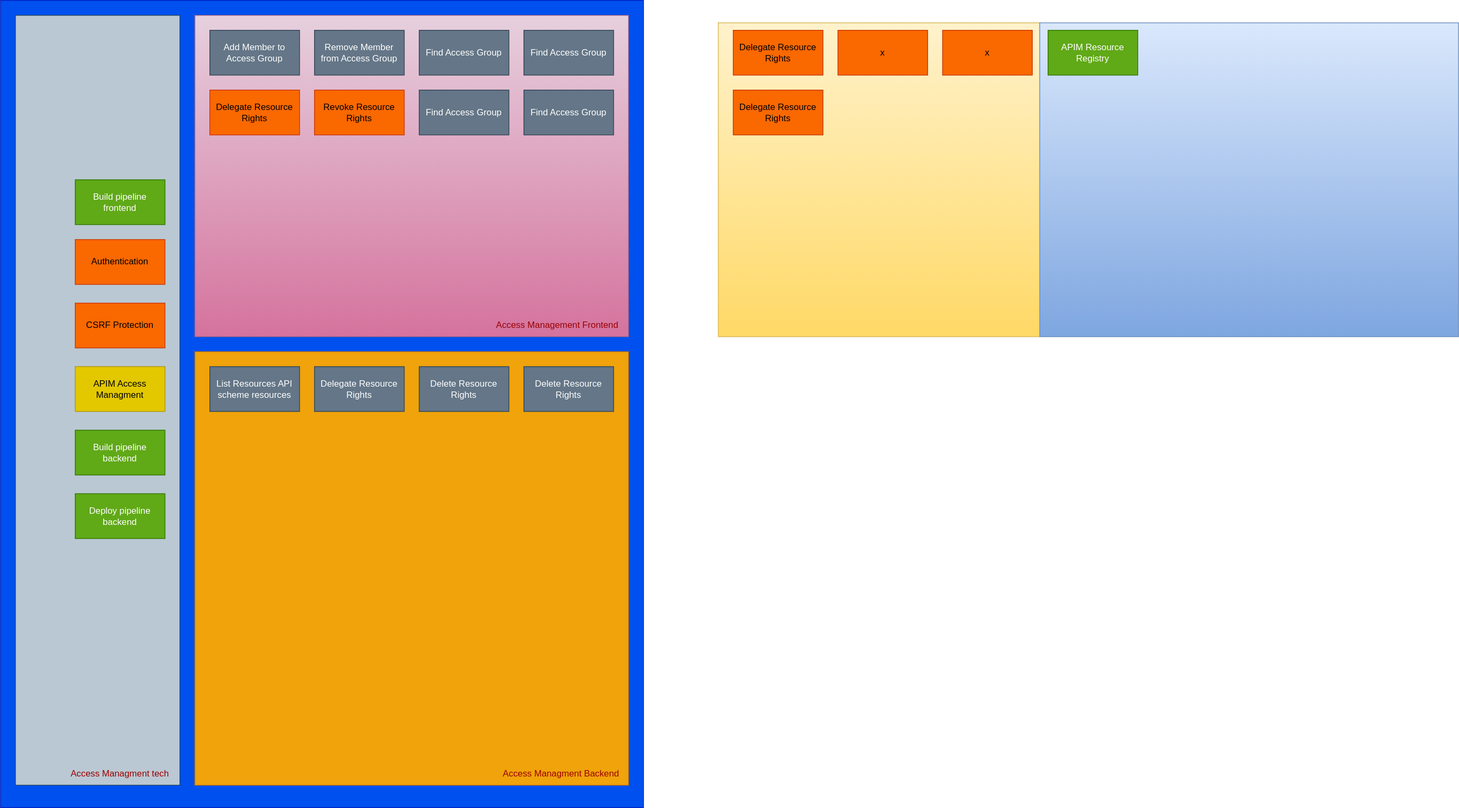
Altinn/altinn-studio-docs keeps this draw.io diagram as content/technology/solutions/altinn-platform/authorization/modernizationstatus.drawio.svg. Above is the earlier version. Source tidied: cells renumbered, new cells last; positions are measured from the earlier drawing's top-left corner, leaving out a move shared by most shapes.
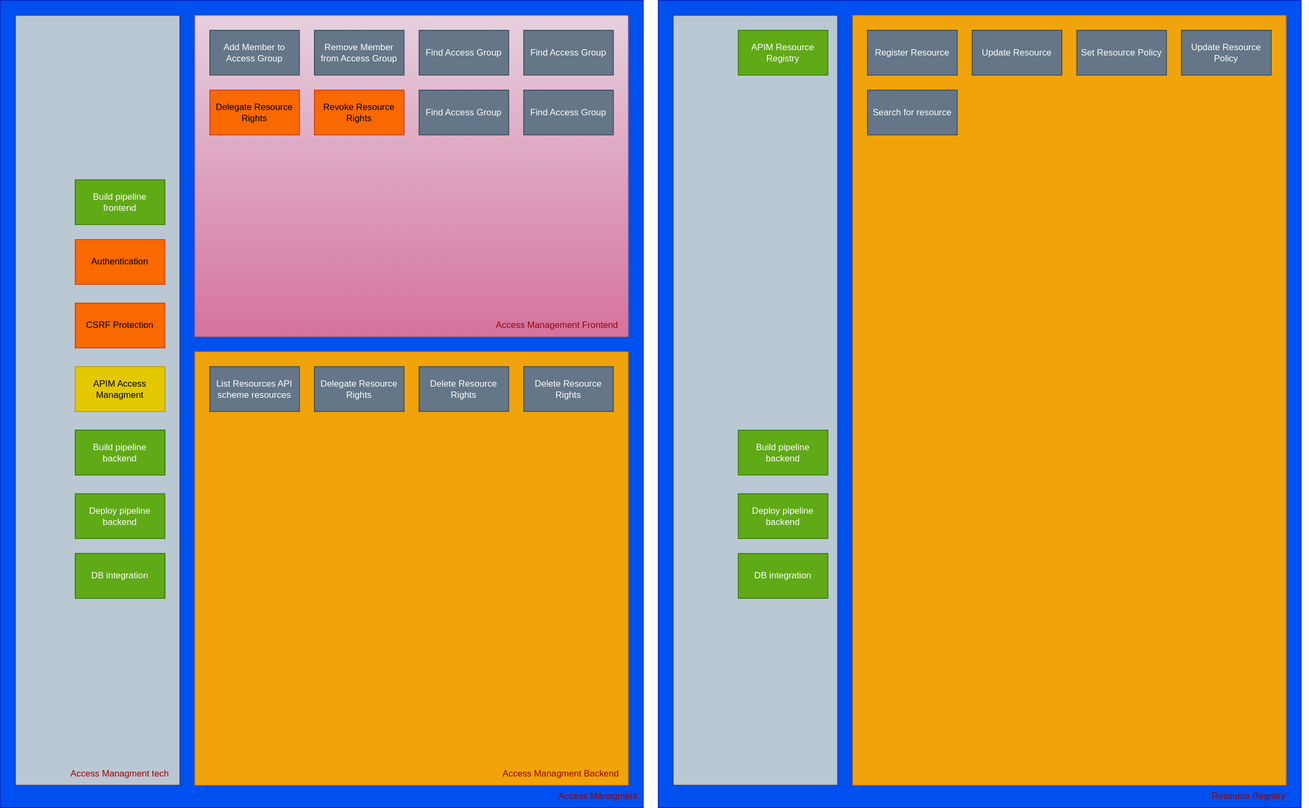
Later version of the same file.

What changed in the source:
```diff
@@ -8,9 +8,6 @@
     <mxCell id="3" style="rounded=0;whiteSpace=wrap;html=1;fillColor=#bac8d3;strokeColor=#23445d;" parent="1" vertex="1">
       <mxGeometry x="20" y="20" width="220" height="1030" as="geometry" />
     </mxCell>
-    <mxCell id="4" style="rounded=0;whiteSpace=wrap;html=1;fillColor=#fff2cc;gradientColor=#ffd966;strokeColor=#d6b656;" parent="1" vertex="1">
-      <mxGeometry x="960" y="30" width="430" height="420" as="geometry" />
-    </mxCell>
     <mxCell id="5" style="rounded=0;whiteSpace=wrap;html=1;fillColor=#e6d0de;gradientColor=#d5739d;strokeColor=#996185;" parent="1" vertex="1">
       <mxGeometry x="260" y="20" width="580" height="430" as="geometry" />
     </mxCell>
@@ -38,24 +35,6 @@
     <mxCell id="13" value="Find Access Group" style="rounded=0;whiteSpace=wrap;html=1;fillColor=#647687;fontColor=#ffffff;strokeColor=#314354;" parent="1" vertex="1">
       <mxGeometry x="700" y="120" width="120" height="60" as="geometry" />
     </mxCell>
-    <mxCell id="14" value="Delegate Resource Rights" style="rounded=0;whiteSpace=wrap;html=1;fillColor=#fa6800;fontColor=#000000;strokeColor=#C73500;" parent="1" vertex="1">
-      <mxGeometry x="980" y="120" width="120" height="60" as="geometry" />
-    </mxCell>
-    <mxCell id="15" value="Delegate Resource Rights" style="rounded=0;whiteSpace=wrap;html=1;fillColor=#fa6800;fontColor=#000000;strokeColor=#C73500;" parent="1" vertex="1">
-      <mxGeometry x="980" y="40" width="120" height="60" as="geometry" />
-    </mxCell>
-    <mxCell id="16" value="x" style="rounded=0;whiteSpace=wrap;html=1;fillColor=#fa6800;fontColor=#000000;strokeColor=#C73500;" parent="1" vertex="1">
-      <mxGeometry x="1120" y="40" width="120" height="60" as="geometry" />
-    </mxCell>
-    <mxCell id="17" style="rounded=0;whiteSpace=wrap;html=1;fillColor=#dae8fc;gradientColor=#7ea6e0;strokeColor=#6c8ebf;" parent="1" vertex="1">
-      <mxGeometry x="1390" y="30" width="560" height="420" as="geometry" />
-    </mxCell>
-    <mxCell id="18" value="APIM Resource Registry" style="rounded=0;whiteSpace=wrap;html=1;fillColor=#60a917;strokeColor=#2D7600;fontColor=#ffffff;" parent="1" vertex="1">
-      <mxGeometry x="1401" y="40" width="120" height="60" as="geometry" />
-    </mxCell>
-    <mxCell id="19" value="x" style="rounded=0;whiteSpace=wrap;html=1;fillColor=#fa6800;fontColor=#000000;strokeColor=#C73500;" parent="1" vertex="1">
-      <mxGeometry x="1260" y="40" width="120" height="60" as="geometry" />
-    </mxCell>
     <mxCell id="20" value="APIM Access Managment" style="rounded=0;whiteSpace=wrap;html=1;fillColor=#e3c800;fontColor=#000000;strokeColor=#B09500;" parent="1" vertex="1">
       <mxGeometry x="100" y="490" width="120" height="60" as="geometry" />
     </mxCell>
@@ -98,5 +77,56 @@
     <mxCell id="33" value="Build pipeline frontend" style="rounded=0;whiteSpace=wrap;html=1;fillColor=#60a917;fontColor=#ffffff;strokeColor=#2D7600;" parent="1" vertex="1">
       <mxGeometry x="100" y="240" width="120" height="60" as="geometry" />
     </mxCell>
+    <mxCell id="34" value="Access Managment" style="text;html=1;strokeColor=none;fillColor=none;align=center;verticalAlign=middle;whiteSpace=wrap;rounded=0;fontColor=#990000;" parent="1" vertex="1">
+      <mxGeometry x="720" y="1050" width="160" height="30" as="geometry" />
+    </mxCell>
+    <mxCell id="35" style="rounded=0;whiteSpace=wrap;html=1;fillColor=#0050ef;fontColor=#ffffff;strokeColor=#001DBC;" parent="1" vertex="1">
+      <mxGeometry x="880" width="860" height="1080" as="geometry" />
+    </mxCell>
+    <mxCell id="36" style="rounded=0;whiteSpace=wrap;html=1;fillColor=#f0a30a;fontColor=#000000;strokeColor=#BD7000;" parent="1" vertex="1">
+      <mxGeometry x="1140" y="20" width="580" height="1030" as="geometry" />
+    </mxCell>
+    <mxCell id="37" style="rounded=0;whiteSpace=wrap;html=1;fillColor=#bac8d3;strokeColor=#23445d;" parent="1" vertex="1">
+      <mxGeometry x="900" y="20" width="220" height="1030" as="geometry" />
+    </mxCell>
+    <mxCell id="38" value="DB integration" style="rounded=0;whiteSpace=wrap;html=1;fillColor=#60a917;fontColor=#ffffff;strokeColor=#2D7600;" parent="1" vertex="1">
+      <mxGeometry x="100" y="740" width="120" height="60" as="geometry" />
+    </mxCell>
+    <mxCell id="18" value="APIM Resource Registry" style="rounded=0;whiteSpace=wrap;html=1;fillColor=#60a917;strokeColor=#2D7600;fontColor=#ffffff;" parent="1" vertex="1">
+      <mxGeometry x="987" y="40" width="120" height="60" as="geometry" />
+    </mxCell>
+    <mxCell id="39" value="Register Resource" style="rounded=0;whiteSpace=wrap;html=1;fillColor=#647687;fontColor=#ffffff;strokeColor=#314354;" parent="1" vertex="1">
+      <mxGeometry x="1160" y="40" width="120" height="60" as="geometry" />
+    </mxCell>
+    <mxCell id="40" value="Update Resource" style="rounded=0;whiteSpace=wrap;html=1;fillColor=#647687;fontColor=#ffffff;strokeColor=#314354;" parent="1" vertex="1">
+      <mxGeometry x="1300" y="40" width="120" height="60" as="geometry" />
+    </mxCell>
+    <mxCell id="41" value="Set Resource Policy" style="rounded=0;whiteSpace=wrap;html=1;fillColor=#647687;fontColor=#ffffff;strokeColor=#314354;" parent="1" vertex="1">
+      <mxGeometry x="1440" y="40" width="120" height="60" as="geometry" />
+    </mxCell>
+    <mxCell id="42" value="Update Resource Policy" style="rounded=0;whiteSpace=wrap;html=1;fillColor=#647687;fontColor=#ffffff;strokeColor=#314354;" parent="1" vertex="1">
+      <mxGeometry x="1580" y="40" width="120" height="60" as="geometry" />
+    </mxCell>
+    <mxCell id="43" value="Search for resource" style="rounded=0;whiteSpace=wrap;html=1;fillColor=#647687;fontColor=#ffffff;strokeColor=#314354;" parent="1" vertex="1">
+      <mxGeometry x="1160" y="120" width="120" height="60" as="geometry" />
+    </mxCell>
+    <mxCell id="44" value="Resource Registry" style="text;html=1;strokeColor=none;fillColor=none;align=center;verticalAlign=middle;whiteSpace=wrap;rounded=0;fontColor=#990000;" parent="1" vertex="1">
+      <mxGeometry x="1590" y="1050" width="160" height="30" as="geometry" />
+    </mxCell>
+    <mxCell id="45" value="Build pipeline backend" style="rounded=0;whiteSpace=wrap;html=1;fillColor=#60a917;fontColor=#ffffff;strokeColor=#2D7600;" parent="1" vertex="1">
+      <mxGeometry x="100" y="575" width="120" height="60" as="geometry" />
+    </mxCell>
+    <mxCell id="46" value="DB integration" style="rounded=0;whiteSpace=wrap;html=1;fillColor=#60a917;fontColor=#ffffff;strokeColor=#2D7600;" parent="1" vertex="1">
+      <mxGeometry x="100" y="740" width="120" height="60" as="geometry" />
+    </mxCell>
+    <mxCell id="47" value="Deploy pipeline backend" style="rounded=0;whiteSpace=wrap;html=1;fillColor=#60a917;fontColor=#ffffff;strokeColor=#2D7600;" parent="1" vertex="1">
+      <mxGeometry x="987" y="660" width="120" height="60" as="geometry" />
+    </mxCell>
+    <mxCell id="48" value="Build pipeline backend" style="rounded=0;whiteSpace=wrap;html=1;fillColor=#60a917;fontColor=#ffffff;strokeColor=#2D7600;" parent="1" vertex="1">
+      <mxGeometry x="987" y="575" width="120" height="60" as="geometry" />
+    </mxCell>
+    <mxCell id="49" value="DB integration" style="rounded=0;whiteSpace=wrap;html=1;fillColor=#60a917;fontColor=#ffffff;strokeColor=#2D7600;" parent="1" vertex="1">
+      <mxGeometry x="987" y="740" width="120" height="60" as="geometry" />
+    </mxCell>
   </root>
 </mxGraphModel>
```
